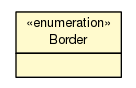
Earlier version of the Graphviz export doc/world/physics/collision/Border.png (sinopeus/asteroids). Its source is kept beside it as doc/world/physics/collision/Border.dot. Source of this version:
```dot

digraph G {
	edge [fontname="Helvetica",fontsize=10,labelfontname="Helvetica",labelfontsize=10];
	node [fontname="Helvetica",fontsize=10,shape=plaintext];
	nodesep=0.25;
	ranksep=0.5;
	c6400 [label=<<table title="world.physics.collision.Border" border="0" cellborder="1" cellspacing="0" cellpadding="2" port="p" bgcolor="lemonChiffon" href="./Border.html">
		<tr><td><table border="0" cellspacing="0" cellpadding="1">
<tr><td align="center" balign="center"> &#171;enumeration&#187; </td></tr>
<tr><td align="center" balign="center"> Border </td></tr>
		</table></td></tr>
		<tr><td><table border="0" cellspacing="0" cellpadding="1">
<tr><td align="left" balign="left">  </td></tr>
		</table></td></tr>
		</table>>, URL="./Border.html", fontname="Helvetica", fontcolor="black", fontsize=10.0];
}
```
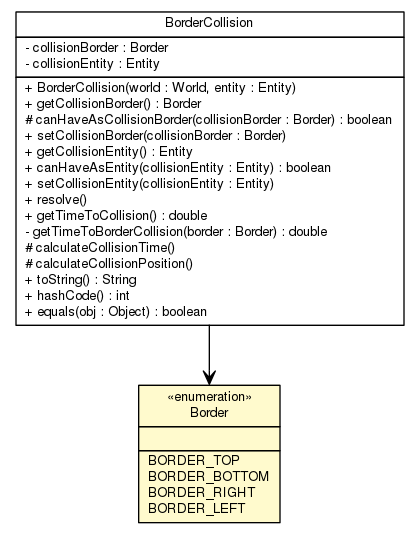
Above is the later version.

What changed in the source:
```diff
@@ -4,7 +4,7 @@
 	node [fontname="Helvetica",fontsize=10,shape=plaintext];
 	nodesep=0.25;
 	ranksep=0.5;
-	c6400 [label=<<table title="world.physics.collision.Border" border="0" cellborder="1" cellspacing="0" cellpadding="2" port="p" bgcolor="lemonChiffon" href="./Border.html">
+	c6432 [label=<<table title="world.physics.collision.Border" border="0" cellborder="1" cellspacing="0" cellpadding="2" port="p" bgcolor="lemonChiffon" href="./Border.html">
 		<tr><td><table border="0" cellspacing="0" cellpadding="1">
 <tr><td align="center" balign="center"> &#171;enumeration&#187; </td></tr>
 <tr><td align="center" balign="center"> Border </td></tr>
@@ -12,5 +12,38 @@
 		<tr><td><table border="0" cellspacing="0" cellpadding="1">
 <tr><td align="left" balign="left">  </td></tr>
 		</table></td></tr>
+		<tr><td><table border="0" cellspacing="0" cellpadding="1">
+<tr><td align="left" balign="left"> BORDER_TOP </td></tr>
+<tr><td align="left" balign="left"> BORDER_BOTTOM </td></tr>
+<tr><td align="left" balign="left"> BORDER_RIGHT </td></tr>
+<tr><td align="left" balign="left"> BORDER_LEFT </td></tr>
+		</table></td></tr>
 		</table>>, URL="./Border.html", fontname="Helvetica", fontcolor="black", fontsize=10.0];
+	c6433 [label=<<table title="world.physics.collision.BorderCollision" border="0" cellborder="1" cellspacing="0" cellpadding="2" port="p" href="./BorderCollision.html">
+		<tr><td><table border="0" cellspacing="0" cellpadding="1">
+<tr><td align="center" balign="center"> BorderCollision </td></tr>
+		</table></td></tr>
+		<tr><td><table border="0" cellspacing="0" cellpadding="1">
+<tr><td align="left" balign="left"> - collisionBorder : Border </td></tr>
+<tr><td align="left" balign="left"> - collisionEntity : Entity </td></tr>
+		</table></td></tr>
+		<tr><td><table border="0" cellspacing="0" cellpadding="1">
+<tr><td align="left" balign="left"> + BorderCollision(world : World, entity : Entity) </td></tr>
+<tr><td align="left" balign="left"> + getCollisionBorder() : Border </td></tr>
+<tr><td align="left" balign="left"> # canHaveAsCollisionBorder(collisionBorder : Border) : boolean </td></tr>
+<tr><td align="left" balign="left"> + setCollisionBorder(collisionBorder : Border) </td></tr>
+<tr><td align="left" balign="left"> + getCollisionEntity() : Entity </td></tr>
+<tr><td align="left" balign="left"> + canHaveAsEntity(collisionEntity : Entity) : boolean </td></tr>
+<tr><td align="left" balign="left"> + setCollisionEntity(collisionEntity : Entity) </td></tr>
+<tr><td align="left" balign="left"> + resolve() </td></tr>
+<tr><td align="left" balign="left"> + getTimeToCollision() : double </td></tr>
+<tr><td align="left" balign="left"> - getTimeToBorderCollision(border : Border) : double </td></tr>
+<tr><td align="left" balign="left"> # calculateCollisionTime() </td></tr>
+<tr><td align="left" balign="left"> # calculateCollisionPosition() </td></tr>
+<tr><td align="left" balign="left"> + toString() : String </td></tr>
+<tr><td align="left" balign="left"> + hashCode() : int </td></tr>
+<tr><td align="left" balign="left"> + equals(obj : Object) : boolean </td></tr>
+		</table></td></tr>
+		</table>>, URL="./BorderCollision.html", fontname="Helvetica", fontcolor="black", fontsize=10.0];
+	c6433:p -> c6432:p [taillabel="", label="", headlabel="", fontname="Helvetica", fontcolor="black", fontsize=10.0, color="black", arrowhead=open];
 }
```
